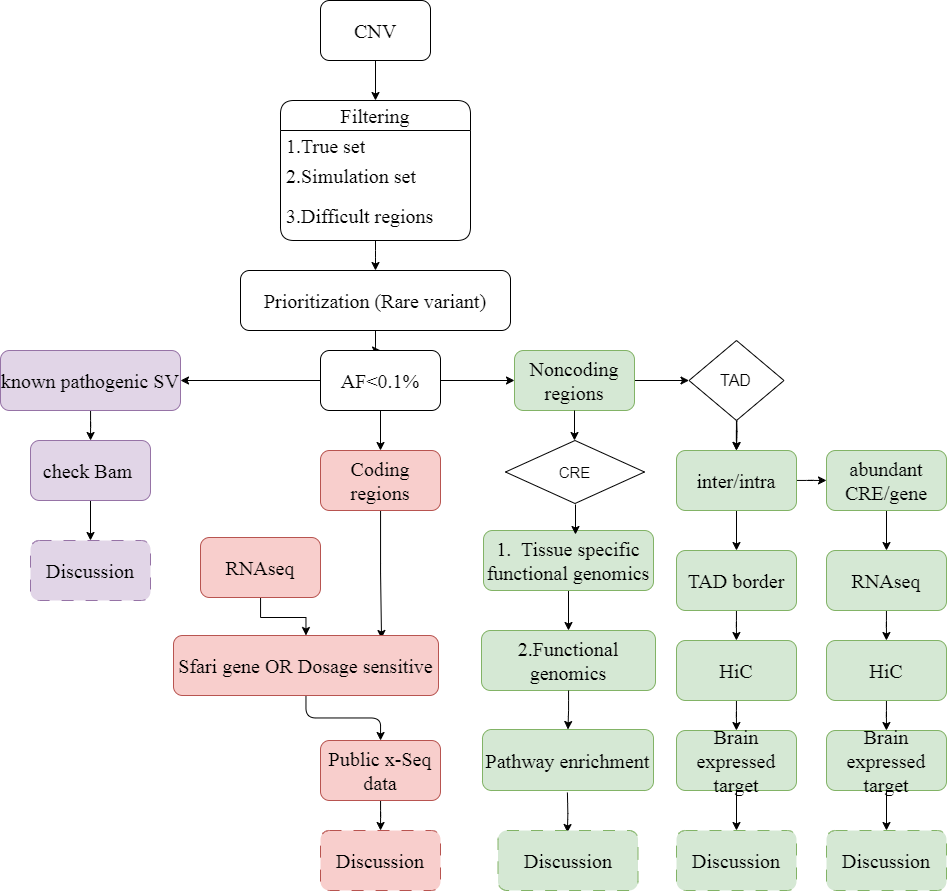
Above: SV_workflow.drawio.png in ShirleyLiu-BCH/workflow (draw.io), before the change. Source tidied: cells renumbered, new cells last; positions are measured from the earlier drawing's top-left corner, leaving out a move shared by most shapes.
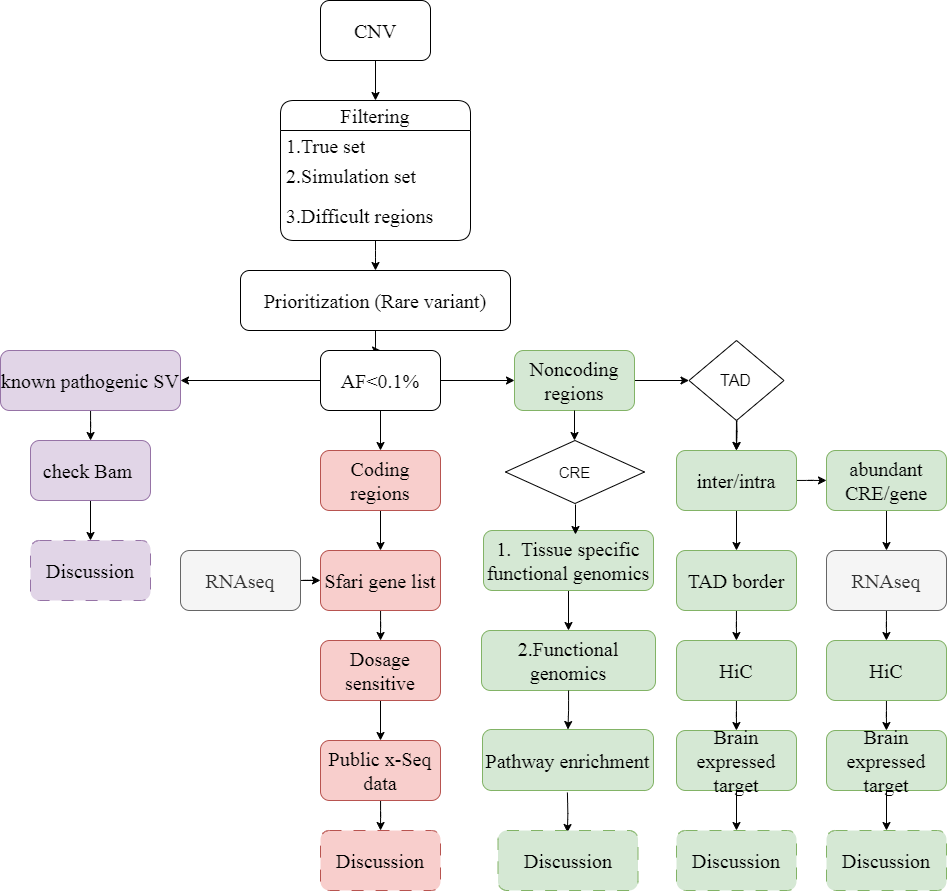
After the commit.

The edit, as a diff of the source:
```diff
@@ -47,7 +47,7 @@
     <mxCell id="16" value="known pathogenic SV" style="whiteSpace=wrap;html=1;fontSize=20;fontFamily=Times New Roman;fontStyle=0;startSize=30;hachureGap=4;fillColor=#e1d5e7;strokeColor=#9673a6;rounded=1;" parent="1" vertex="1">
       <mxGeometry y="350" width="180" height="60" as="geometry" />
     </mxCell>
-    <mxCell id="17" style="edgeStyle=orthogonalEdgeStyle;rounded=1;hachureGap=4;jettySize=auto;html=1;fontFamily=Times New Roman;fontSize=16;entryX=0.785;entryY=0.05;entryDx=0;entryDy=0;entryPerimeter=0;" parent="1" edge="1" source="18" target="25">
+    <mxCell id="17" style="edgeStyle=orthogonalEdgeStyle;rounded=1;hachureGap=4;jettySize=auto;html=1;fontFamily=Times New Roman;fontSize=16;" parent="1" edge="1" source="18" target="64">
       <mxGeometry relative="1" as="geometry" />
     </mxCell>
     <mxCell id="18" value="Coding regions" style="whiteSpace=wrap;html=1;fontSize=20;fontFamily=Times New Roman;fontStyle=0;startSize=30;hachureGap=4;fillColor=#f8cecc;strokeColor=#b85450;rounded=1;" parent="1" vertex="1">
@@ -68,17 +68,23 @@
     <mxCell id="23" value="Discussion" style="whiteSpace=wrap;html=1;fontSize=20;fontFamily=Times New Roman;fontStyle=0;startSize=30;hachureGap=4;fillColor=#e1d5e7;strokeColor=#9673a6;rounded=1;dashed=1;dashPattern=12 12;" parent="1" vertex="1">
       <mxGeometry x="30" y="540" width="120" height="60" as="geometry" />
     </mxCell>
+    <mxCell id="63" style="edgeStyle=orthogonalEdgeStyle;rounded=1;hachureGap=4;jettySize=auto;html=1;fontFamily=Times New Roman;fontSize=16;" parent="1" edge="1" source="64" target="25">
+      <mxGeometry relative="1" as="geometry" />
+    </mxCell>
+    <mxCell id="64" value="Sfari gene list" style="whiteSpace=wrap;html=1;fontSize=20;fontFamily=Times New Roman;fontStyle=0;startSize=30;hachureGap=4;fillColor=#f8cecc;strokeColor=#b85450;rounded=1;" parent="1" vertex="1">
+      <mxGeometry x="320" y="550" width="120" height="60" as="geometry" />
+    </mxCell>
     <mxCell id="24" style="edgeStyle=orthogonalEdgeStyle;rounded=1;hachureGap=4;jettySize=auto;html=1;fontFamily=Times New Roman;fontSize=16;" parent="1" edge="1" source="25" target="29">
       <mxGeometry relative="1" as="geometry" />
     </mxCell>
-    <mxCell id="25" value="Sfari gene OR Dosage sensitive" style="whiteSpace=wrap;html=1;fontSize=20;fontFamily=Times New Roman;fontStyle=0;startSize=30;hachureGap=4;fillColor=#f8cecc;strokeColor=#b85450;rounded=1;" parent="1" vertex="1">
-      <mxGeometry x="173" y="635" width="265" height="60" as="geometry" />
+    <mxCell id="25" value="Dosage sensitive" style="whiteSpace=wrap;html=1;fontSize=20;fontFamily=Times New Roman;fontStyle=0;startSize=30;hachureGap=4;fillColor=#f8cecc;strokeColor=#b85450;rounded=1;" parent="1" vertex="1">
+      <mxGeometry x="320" y="640" width="120" height="60" as="geometry" />
     </mxCell>
-    <mxCell id="26" style="edgeStyle=orthogonalEdgeStyle;rounded=0;jettySize=auto;html=1;" parent="1" edge="1" source="27" target="25">
-      <mxGeometry relative="1" as="geometry" />
-    </mxCell>
+    <mxCell id="65" style="edgeStyle=orthogonalEdgeStyle;rounded=1;hachureGap=4;jettySize=auto;html=1;fontFamily=Times New Roman;fontSize=16;" parent="1" edge="1" source="27" target="64">
+      <mxGeometry relative="1" as="geometry" />
+    </mxCell>
-    <mxCell id="27" value="RNAseq" style="whiteSpace=wrap;html=1;fontSize=20;fontFamily=Times New Roman;fontStyle=0;startSize=30;hachureGap=4;fillColor=#f8cecc;strokeColor=#b85450;rounded=1;" parent="1" vertex="1">
-      <mxGeometry x="200" y="537" width="120" height="60" as="geometry" />
+    <mxCell id="27" value="RNAseq" style="whiteSpace=wrap;html=1;fontSize=20;fontFamily=Times New Roman;fontStyle=0;startSize=30;hachureGap=4;fillColor=#f5f5f5;strokeColor=#666666;rounded=1;fontColor=#333333;" parent="1" vertex="1">
+      <mxGeometry x="180" y="550" width="120" height="60" as="geometry" />
     </mxCell>
     <mxCell id="28" style="edgeStyle=orthogonalEdgeStyle;rounded=1;hachureGap=4;jettySize=auto;html=1;fontFamily=Times New Roman;fontSize=16;" parent="1" edge="1" source="29" target="30">
       <mxGeometry relative="1" as="geometry" />
@@ -145,7 +151,7 @@
     <mxCell id="47" style="edgeStyle=orthogonalEdgeStyle;rounded=1;hachureGap=4;jettySize=auto;html=1;fontFamily=Times New Roman;fontSize=16;" parent="1" edge="1" source="48" target="50">
       <mxGeometry relative="1" as="geometry" />
     </mxCell>
-    <mxCell id="48" value="RNAseq" style="whiteSpace=wrap;html=1;fontSize=20;fontFamily=Times New Roman;fontStyle=0;startSize=30;hachureGap=4;fillColor=#d5e8d4;strokeColor=#82b366;rounded=1;" parent="1" vertex="1">
+    <mxCell id="48" value="RNAseq" style="whiteSpace=wrap;html=1;fontSize=20;fontFamily=Times New Roman;fontStyle=0;startSize=30;hachureGap=4;fillColor=#f5f5f5;strokeColor=#666666;rounded=1;fontColor=#333333;" parent="1" vertex="1">
       <mxGeometry x="826" y="550" width="120" height="60" as="geometry" />
     </mxCell>
     <mxCell id="49" style="edgeStyle=orthogonalEdgeStyle;rounded=1;hachureGap=4;jettySize=auto;html=1;fontFamily=Times New Roman;fontSize=16;" parent="1" edge="1" source="50" target="52">
```
